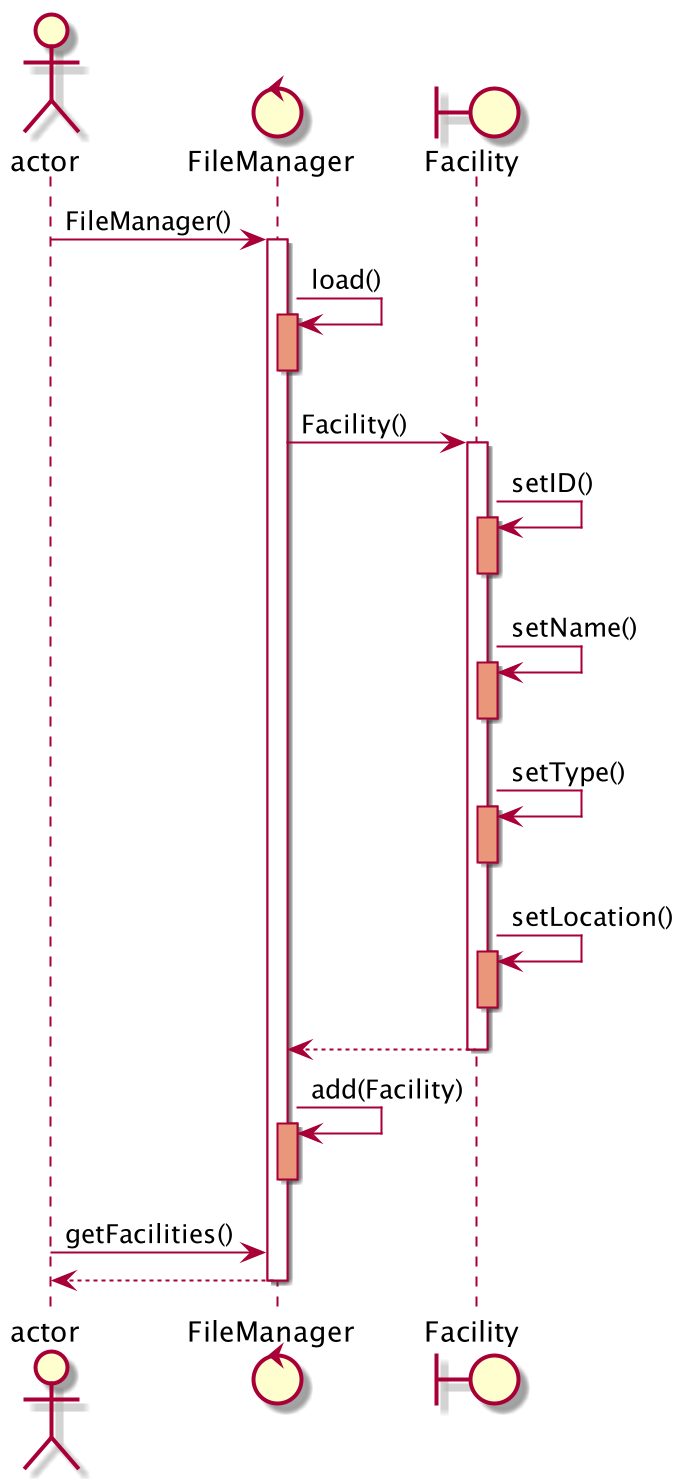
Above: docs/assets/loadData.png in zhangyongzhe20/tp (PlantUML), before the change. Source of this version:
```plantuml
@startuml
actor       actor       as Foo1
control     FileManager     as FM
boundary    Facility    as Facility
Foo1 -> FM : FileManager()
activate FM
FM -> FM : load()
activate FM #DarkSalmon
deactivate FM
FM -> Facility : Facility()
activate Facility
Facility -> Facility : setID()
activate Facility #DarkSalmon
deactivate Facility
Facility -> Facility : setName()
activate Facility #DarkSalmon
deactivate Facility
Facility -> Facility : setType()
activate Facility #DarkSalmon
deactivate Facility
Facility -> Facility : setLocation()
activate Facility #DarkSalmon
deactivate Facility
Facility --> FM
deactivate Facility
FM -> FM : add(Facility)
activate FM #DarkSalmon
deactivate FM
Foo1 -> FM : getFacilities()
FM --> Foo1
deactivate FM
@enduml
```
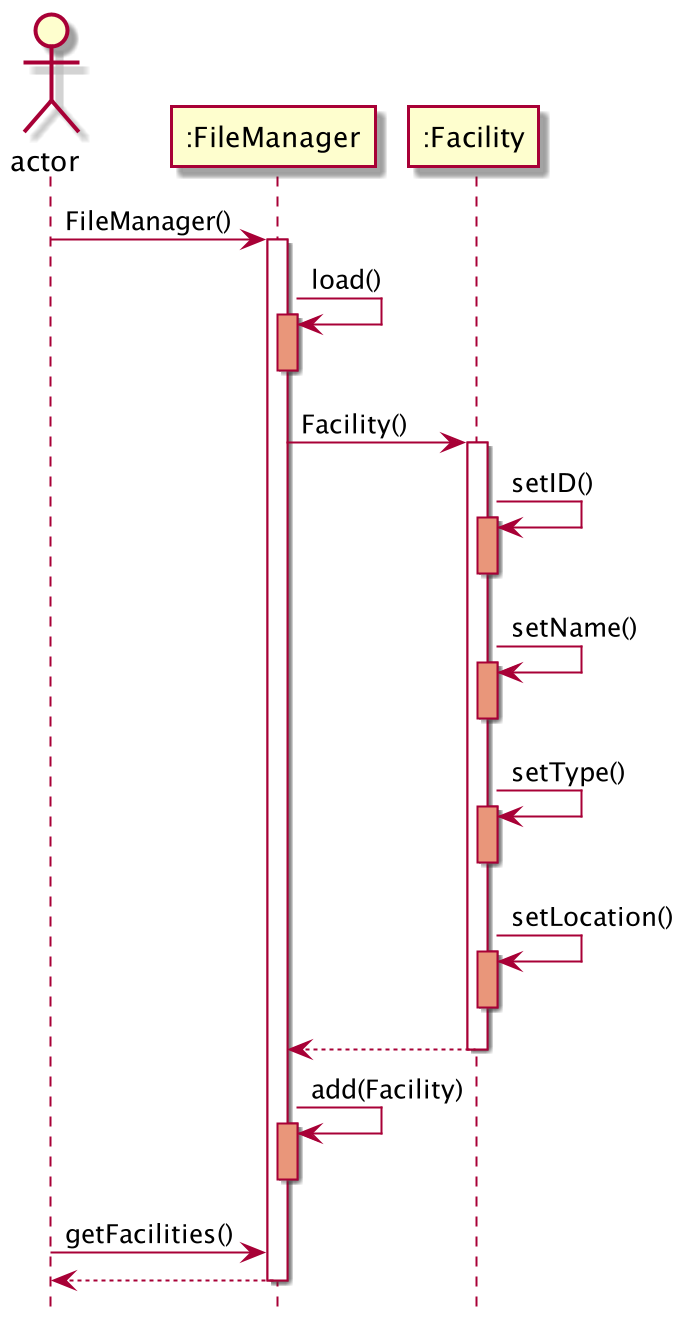
After the change.

Diff of the diagram source:
```diff
@@ -1,7 +1,11 @@
 @startuml
+
+hide circle
+
 actor       actor       as Foo1
-control     FileManager     as FM
-boundary    Facility    as Facility
+participant     ":FileManager"     as FM
+participant    ":Facility"    as Facility
+hide footbox
 Foo1 -> FM : FileManager()
 activate FM
 FM -> FM : load()
```
